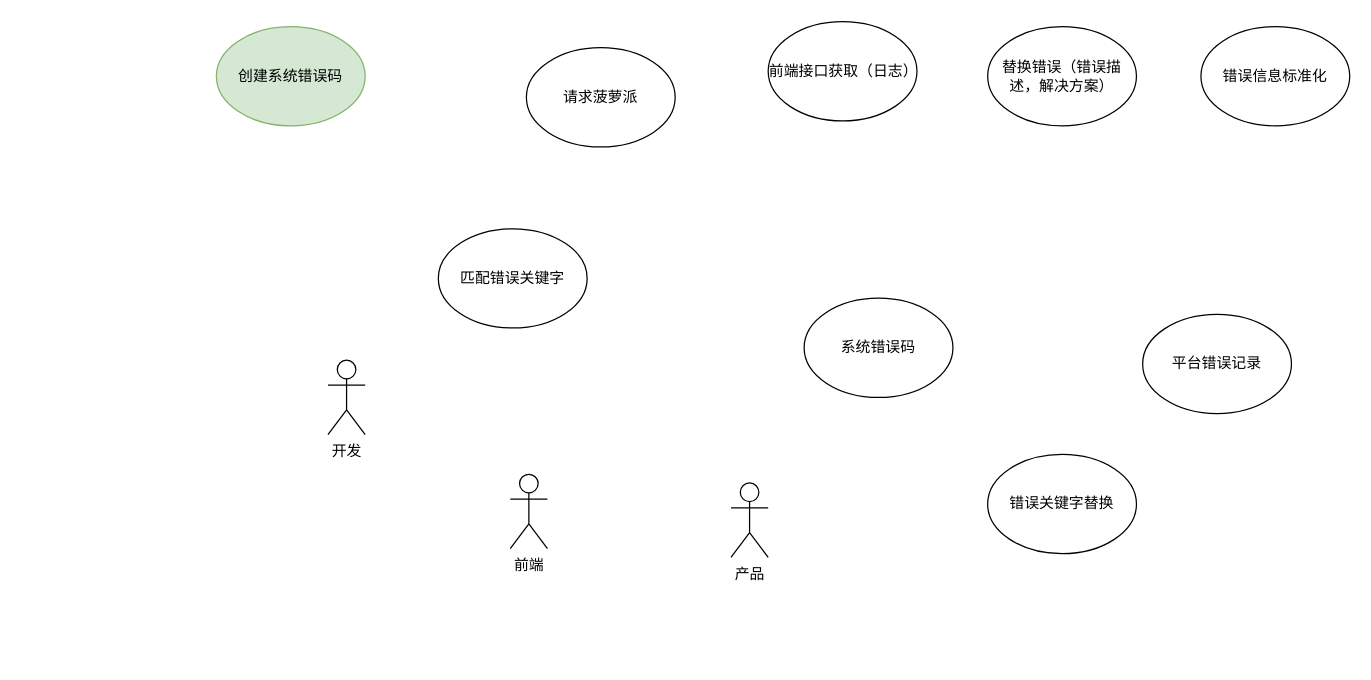
This is 未命名绘图.drawio from ruanjuncong/draw, a draw.io file, before an edit. Source tidied: cells renumbered, new cells numbered last; positions are measured from the earlier drawing's top-left corner, leaving out a move shared by most shapes. Both pictures are drawn from the tidied source at 124%, with x=0, y=0 at pixel (216, 21).
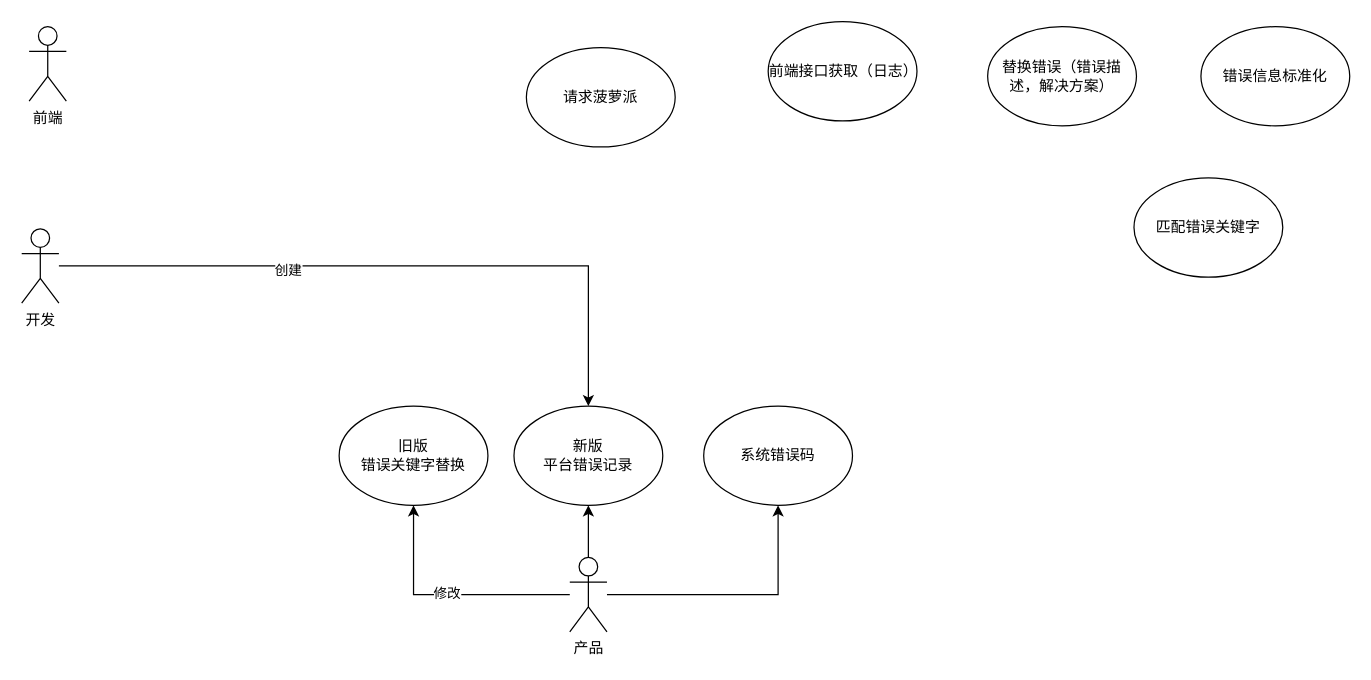
Above is the later version.

Commit message:
更新未命名绘图.drawio

Change to the diagram source:
```diff
@@
 <mxGraphModel>
   <root>
     <mxCell id="0" />
     <mxCell id="1" parent="0" />
-    <mxCell id="2" value="创建系统错误码" style="ellipse;whiteSpace=wrap;html=1;fillColor=#d5e8d4;strokeColor=#82b366;" parent="1" vertex="1">
-      <mxGeometry y="4" width="120" height="80" as="geometry" />
-    </mxCell>
     <mxCell id="3" value="请求菠萝派" style="ellipse;whiteSpace=wrap;html=1;" parent="1" vertex="1">
       <mxGeometry x="250" y="21" width="120" height="80" as="geometry" />
     </mxCell>
     <mxCell id="4" value="匹配错误关键字" style="ellipse;whiteSpace=wrap;html=1;" parent="1" vertex="1">
-      <mxGeometry x="179" y="167" width="120" height="80" as="geometry" />
+      <mxGeometry x="740" y="126" width="120" height="80" as="geometry" />
     </mxCell>
     <mxCell id="5" value="错误信息标准化" style="ellipse;whiteSpace=wrap;html=1;" parent="1" vertex="1">
       <mxGeometry x="794" y="4" width="120" height="80" as="geometry" />
     </mxCell>
     <mxCell id="6" value="前端接口获取（日志）" style="ellipse;whiteSpace=wrap;html=1;" parent="1" vertex="1">
       <mxGeometry x="445" width="120" height="80" as="geometry" />
     </mxCell>
     <mxCell id="7" value="替换错误（错误描述，解决方案）" style="ellipse;whiteSpace=wrap;html=1;" parent="1" vertex="1">
       <mxGeometry x="622" y="4" width="120" height="80" as="geometry" />
     </mxCell>
     <mxCell id="8" value="系统错误码" style="ellipse;whiteSpace=wrap;html=1;" parent="1" vertex="1">
-      <mxGeometry x="474" y="223" width="120" height="80" as="geometry" />
+      <mxGeometry x="393" y="310" width="120" height="80" as="geometry" />
     </mxCell>
     <mxCell id="9" value="前端" style="shape=umlActor;verticalLabelPosition=bottom;verticalAlign=top;html=1;" parent="1" vertex="1">
-      <mxGeometry x="237" y="365" width="30" height="60" as="geometry" />
+      <mxGeometry x="-151" y="4" width="30" height="60" as="geometry" />
     </mxCell>
+    <mxCell id="14" style="edgeStyle=orthogonalEdgeStyle;rounded=0;jettySize=auto;html=1;curved=0;" parent="1" edge="1" source="10" target="12">
+      <mxGeometry relative="1" as="geometry" />
+    </mxCell>
+    <mxCell id="15" value="修改" style="edgeLabel;html=1;align=center;verticalAlign=middle;" parent="14" vertex="1">
+      <mxGeometry x="0.01" y="-2" relative="1" as="geometry" />
+    </mxCell>
+    <mxCell id="16" style="edgeStyle=orthogonalEdgeStyle;rounded=0;jettySize=auto;html=1;" parent="1" edge="1" source="10" target="11">
+      <mxGeometry relative="1" as="geometry" />
+    </mxCell>
+    <mxCell id="17" style="edgeStyle=orthogonalEdgeStyle;rounded=0;jettySize=auto;html=1;entryX=0.5;entryY=1;entryDx=0;entryDy=0;" parent="1" edge="1" source="10" target="8">
+      <mxGeometry relative="1" as="geometry" />
+    </mxCell>
     <mxCell id="10" value="产品" style="shape=umlActor;verticalLabelPosition=bottom;verticalAlign=top;html=1;outlineConnect=0;" parent="1" vertex="1">
-      <mxGeometry x="415" y="372" width="30" height="60" as="geometry" />
+      <mxGeometry x="285" y="432" width="30" height="60" as="geometry" />
     </mxCell>
-    <mxCell id="11" value="平台错误记录" style="ellipse;whiteSpace=wrap;html=1;" parent="1" vertex="1">
-      <mxGeometry x="747" y="236" width="120" height="80" as="geometry" />
+    <mxCell id="11" value="&lt;div&gt;新版&lt;/div&gt;平台错误记录" style="ellipse;whiteSpace=wrap;html=1;" parent="1" vertex="1">
+      <mxGeometry x="240" y="310" width="120" height="80" as="geometry" />
     </mxCell>
-    <mxCell id="12" value="错误关键字替换" style="ellipse;whiteSpace=wrap;html=1;" parent="1" vertex="1">
-      <mxGeometry x="622" y="349" width="120" height="80" as="geometry" />
+    <mxCell id="12" value="&lt;div&gt;旧版&lt;/div&gt;错误关键字替换" style="ellipse;whiteSpace=wrap;html=1;" parent="1" vertex="1">
+      <mxGeometry x="99" y="310" width="120" height="80" as="geometry" />
     </mxCell>
+    <mxCell id="18" style="edgeStyle=orthogonalEdgeStyle;rounded=0;jettySize=auto;html=1;" parent="1" edge="1" source="13" target="11">
+      <mxGeometry relative="1" as="geometry" />
+    </mxCell>
+    <mxCell id="19" value="创建" style="edgeLabel;html=1;align=center;verticalAlign=middle;" parent="18" vertex="1">
+      <mxGeometry x="-0.32" y="-3" relative="1" as="geometry" />
+    </mxCell>
     <mxCell id="13" value="开发" style="shape=umlActor;verticalLabelPosition=bottom;verticalAlign=top;html=1;outlineConnect=0;" parent="1" vertex="1">
-      <mxGeometry x="90" y="273" width="30" height="60" as="geometry" />
+      <mxGeometry x="-157" y="167" width="30" height="60" as="geometry" />
     </mxCell>
   </root>
 </mxGraphModel>
```
